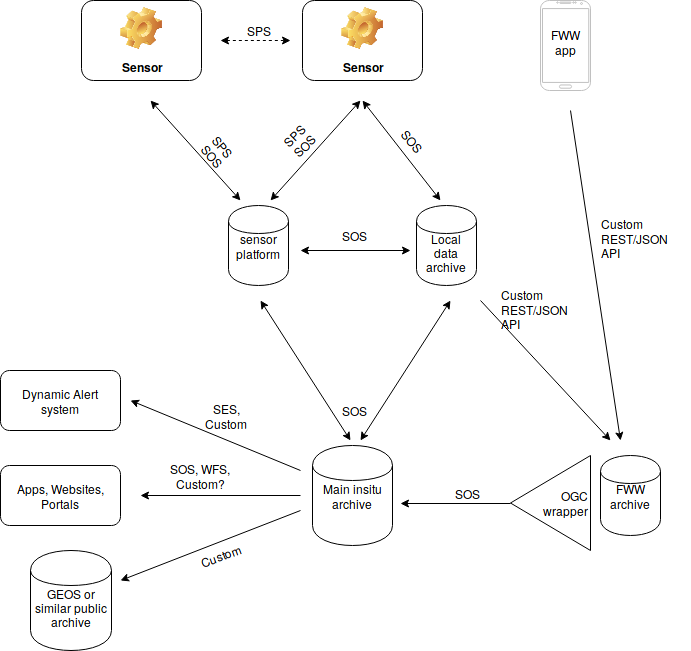
doclements/flow_charts keeps this draw.io diagram as data_flow.png. Above is the earlier version. Source tidied: cells renumbered, new cells last; positions are measured from the earlier drawing's top-left corner, leaving out a move shared by most shapes.
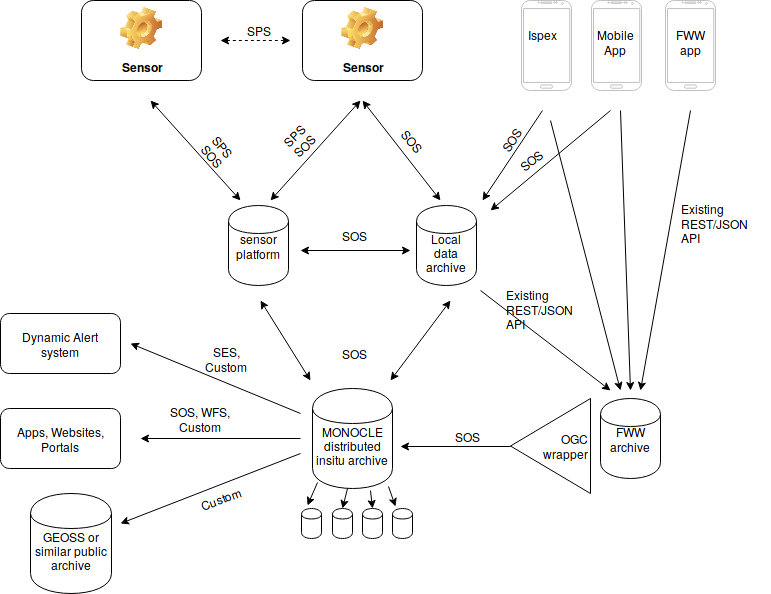
Later version of the same file.

The edit, as a diff of the source:
```diff
@@ -8,12 +8,9 @@
     <mxCell id="3" value="&lt;br&gt;Local data archive" style="shape=cylinder;whiteSpace=wrap;html=1;" parent="1" vertex="1">
       <mxGeometry x="416" y="205" width="60" height="80" as="geometry" />
     </mxCell>
-    <mxCell id="4" value="Main insitu archive" style="shape=cylinder;whiteSpace=wrap;html=1;" parent="1" vertex="1">
-      <mxGeometry x="312" y="445" width="80" height="100" as="geometry" />
+    <mxCell id="4" value="&lt;br&gt;MONOCLE distributed insitu archive" style="shape=cylinder;whiteSpace=wrap;html=1;" parent="1" vertex="1">
+      <mxGeometry x="312" y="388" width="80" height="100" as="geometry" />
     </mxCell>
-    <mxCell id="5" style="verticalLabelPosition=bottom;verticalAlign=top;html=1;shadow=0;dashed=0;strokeWidth=1;shape=mxgraph.android.phone2;fillColor=#ffffff;strokeColor=#c0c0c0;" parent="1" vertex="1">
-      <mxGeometry x="540" width="50" height="90" as="geometry" />
-    </mxCell>
     <mxCell id="6" value="Sensor" style="label;whiteSpace=wrap;html=1;align=center;verticalAlign=bottom;spacingLeft=0;spacingBottom=4;imageAlign=center;imageVerticalAlign=top;image=img/clipart/Gear_128x128.png;" parent="1" vertex="1">
       <mxGeometry x="81" width="120" height="80" as="geometry" />
     </mxCell>
@@ -46,14 +43,14 @@
     </mxCell>
     <mxCell id="12" style="endArrow=classic;startArrow=classic;html=1;" parent="1" edge="1">
       <mxGeometry relative="1" as="geometry">
-        <mxPoint x="350" y="440" as="sourcePoint" />
+        <mxPoint x="310" y="380" as="sourcePoint" />
         <mxPoint x="260" y="300" as="targetPoint" />
       </mxGeometry>
     </mxCell>
     <mxCell id="13" style="endArrow=classic;startArrow=classic;html=1;" parent="1" edge="1">
       <mxGeometry x="254" y="555" as="geometry">
         <mxPoint x="450" y="300" as="sourcePoint" />
-        <mxPoint x="360" y="440" as="targetPoint" />
+        <mxPoint x="390" y="380" as="targetPoint" />
       </mxGeometry>
     </mxCell>
     <mxCell id="14" style="endArrow=classic;startArrow=classic;html=1;" parent="1" edge="1">
@@ -63,53 +60,50 @@
       </mxGeometry>
     </mxCell>
     <mxCell id="15" value="FWW archive" style="shape=cylinder;whiteSpace=wrap;html=1;" parent="1" vertex="1">
-      <mxGeometry x="600" y="455" width="60" height="80" as="geometry" />
+      <mxGeometry x="600" y="398" width="60" height="80" as="geometry" />
     </mxCell>
     <mxCell id="16" style="endArrow=classic;html=1;" parent="1" edge="1">
       <mxGeometry x="474" y="310" as="geometry">
-        <mxPoint x="570" y="110" as="sourcePoint" />
-        <mxPoint x="620" y="440" as="targetPoint" />
+        <mxPoint x="690" y="110" as="sourcePoint" />
+        <mxPoint x="640" y="390" as="targetPoint" />
       </mxGeometry>
     </mxCell>
     <mxCell id="17" value="&lt;div align=&quot;right&quot;&gt;&amp;nbsp;OGC wrapper&lt;/div&gt;" style="triangle;whiteSpace=wrap;html=1;direction=west;" parent="1" vertex="1">
-      <mxGeometry x="510" y="455" width="80" height="95" as="geometry" />
+      <mxGeometry x="510" y="398" width="80" height="95" as="geometry" />
     </mxCell>
     <mxCell id="18" style="endArrow=classic;html=1;exitX=1;exitY=0.5;" parent="1" edge="1" source="17">
-      <mxGeometry x="326" y="560" as="geometry">
-        <mxPoint x="400" y="503" as="targetPoint" />
+      <mxGeometry x="326" y="503" as="geometry">
+        <mxPoint x="400" y="446" as="targetPoint" />
       </mxGeometry>
     </mxCell>
-    <mxCell id="19" value="FWW &lt;br&gt;app" style="text;html=1;align=center;verticalAlign=top;spacingTop=-4;" parent="1" vertex="1">
-      <mxGeometry x="545" y="25" width="40" height="30" as="geometry" />
-    </mxCell>
-    <mxCell id="20" value="&lt;div align=&quot;left&quot;&gt;Custom REST/JSON API&lt;br&gt;&lt;/div&gt;" style="text;html=1;strokeColor=none;fillColor=none;align=center;verticalAlign=middle;whiteSpace=wrap;" parent="1" vertex="1">
-      <mxGeometry x="600" y="205" width="90" height="65" as="geometry" />
+    <mxCell id="20" value="&lt;div align=&quot;left&quot;&gt;Existing REST/JSON API&lt;br&gt;&lt;/div&gt;" style="text;html=1;strokeColor=none;fillColor=none;align=center;verticalAlign=middle;whiteSpace=wrap;" parent="1" vertex="1">
+      <mxGeometry x="680" y="190" width="90" height="65" as="geometry" />
     </mxCell>
-    <mxCell id="21" value="&lt;div align=&quot;left&quot;&gt;Custom REST/JSON API&lt;br&gt;&lt;/div&gt;" style="text;html=1;strokeColor=none;fillColor=none;align=center;verticalAlign=middle;whiteSpace=wrap;" parent="1" vertex="1">
-      <mxGeometry x="500" y="290" width="90" height="37" as="geometry" />
+    <mxCell id="21" value="&lt;div align=&quot;left&quot;&gt;Existing REST/JSON API&lt;br&gt;&lt;/div&gt;" style="text;html=1;strokeColor=none;fillColor=none;align=center;verticalAlign=middle;whiteSpace=wrap;" parent="1" vertex="1">
+      <mxGeometry x="505" y="285" width="85" height="46" as="geometry" />
     </mxCell>
     <mxCell id="22" style="endArrow=classic;html=1;" parent="1" edge="1">
       <mxGeometry x="484" y="320" as="geometry">
-        <mxPoint x="480" y="300" as="sourcePoint" />
-        <mxPoint x="610" y="440" as="targetPoint" />
+        <mxPoint x="480" y="290" as="sourcePoint" />
+        <mxPoint x="610" y="390" as="targetPoint" />
       </mxGeometry>
     </mxCell>
     <mxCell id="23" style="endArrow=classic;html=1;" parent="1" edge="1">
       <mxGeometry relative="1" as="geometry">
-        <mxPoint x="300" y="495" as="sourcePoint" />
-        <mxPoint x="140" y="495" as="targetPoint" />
+        <mxPoint x="300" y="438" as="sourcePoint" />
+        <mxPoint x="140" y="438" as="targetPoint" />
       </mxGeometry>
     </mxCell>
     <mxCell id="24" value="Apps, Websites, Portals" style="rounded=1;whiteSpace=wrap;html=1;" parent="1" vertex="1">
-      <mxGeometry y="465" width="120" height="60" as="geometry" />
+      <mxGeometry y="408" width="120" height="60" as="geometry" />
     </mxCell>
-    <mxCell id="25" value="&lt;br&gt;GEOS or similar public archive" style="shape=cylinder;whiteSpace=wrap;html=1;" parent="1" vertex="1">
-      <mxGeometry x="30" y="550" width="81" height="100" as="geometry" />
+    <mxCell id="25" value="&lt;br&gt;GEOSS or similar public archive" style="shape=cylinder;whiteSpace=wrap;html=1;" parent="1" vertex="1">
+      <mxGeometry x="30" y="493" width="81" height="100" as="geometry" />
     </mxCell>
     <mxCell id="26" style="endArrow=classic;html=1;" parent="1" edge="1">
-      <mxGeometry x="190" y="665" as="geometry">
-        <mxPoint x="300" y="510" as="sourcePoint" />
-        <mxPoint x="120" y="580" as="targetPoint" />
+      <mxGeometry x="190" y="608" as="geometry">
+        <mxPoint x="300" y="453" as="sourcePoint" />
+        <mxPoint x="120" y="523" as="targetPoint" />
       </mxGeometry>
     </mxCell>
     <mxCell id="27" value="SPS" style="text;html=1;strokeColor=none;fillColor=none;align=center;verticalAlign=middle;whiteSpace=wrap;" parent="1" vertex="1">
@@ -128,28 +122,119 @@
       <mxGeometry x="333" y="225" width="40" height="20" as="geometry" />
     </mxCell>
     <mxCell id="32" value="SOS" style="text;html=1;strokeColor=none;fillColor=none;align=center;verticalAlign=middle;whiteSpace=wrap;rotation=0;direction=west;" parent="1" vertex="1">
-      <mxGeometry x="333" y="400" width="40" height="20" as="geometry" />
+      <mxGeometry x="333" y="343" width="40" height="20" as="geometry" />
     </mxCell>
     <mxCell id="33" value="SOS" style="text;html=1;strokeColor=none;fillColor=none;align=center;verticalAlign=middle;whiteSpace=wrap;rotation=0;direction=west;" parent="1" vertex="1">
-      <mxGeometry x="446" y="483" width="40" height="20" as="geometry" />
+      <mxGeometry x="446" y="426" width="40" height="20" as="geometry" />
     </mxCell>
-    <mxCell id="34" value="SOS, WFS, Custom?" style="text;html=1;strokeColor=none;fillColor=none;align=center;verticalAlign=middle;whiteSpace=wrap;rotation=0;direction=west;" parent="1" vertex="1">
-      <mxGeometry x="160" y="453" width="80" height="45" as="geometry" />
+    <mxCell id="34" value="SOS, WFS, Custom" style="text;html=1;strokeColor=none;fillColor=none;align=center;verticalAlign=middle;whiteSpace=wrap;rotation=0;direction=west;" parent="1" vertex="1">
+      <mxGeometry x="160" y="396" width="80" height="45" as="geometry" />
     </mxCell>
     <mxCell id="35" value="Custom" style="text;html=1;strokeColor=none;fillColor=none;align=center;verticalAlign=middle;whiteSpace=wrap;rotation=-20;direction=west;" parent="1" vertex="1">
-      <mxGeometry x="200" y="545" width="40" height="20" as="geometry" />
+      <mxGeometry x="200" y="488" width="40" height="20" as="geometry" />
     </mxCell>
     <mxCell id="36" value="Dynamic Alert system" style="rounded=1;whiteSpace=wrap;html=1;" parent="1" vertex="1">
-      <mxGeometry y="370" width="120" height="60" as="geometry" />
+      <mxGeometry y="313" width="120" height="60" as="geometry" />
     </mxCell>
     <mxCell id="37" style="endArrow=classic;html=1;" parent="1" edge="1">
-      <mxGeometry x="198" y="635" as="geometry">
-        <mxPoint x="300" y="470" as="sourcePoint" />
-        <mxPoint x="130" y="400" as="targetPoint" />
+      <mxGeometry x="198" y="578" as="geometry">
+        <mxPoint x="300" y="413" as="sourcePoint" />
+        <mxPoint x="130" y="343" as="targetPoint" />
       </mxGeometry>
     </mxCell>
     <mxCell id="38" value="SES, Custom" style="text;html=1;strokeColor=none;fillColor=none;align=center;verticalAlign=middle;whiteSpace=wrap;rotation=0;direction=west;" parent="1" vertex="1">
-      <mxGeometry x="200" y="400" width="52" height="30" as="geometry" />
+      <mxGeometry x="200" y="343" width="52" height="30" as="geometry" />
     </mxCell>
+    <mxCell id="39" style="verticalLabelPosition=bottom;verticalAlign=top;html=1;shadow=0;dashed=0;strokeWidth=1;shape=mxgraph.android.phone2;fillColor=#ffffff;strokeColor=#c0c0c0;" parent="1" vertex="1">
+      <mxGeometry x="521" width="50" height="90" as="geometry" />
+    </mxCell>
+    <mxCell id="40" style="verticalLabelPosition=bottom;verticalAlign=top;html=1;shadow=0;dashed=0;strokeWidth=1;shape=mxgraph.android.phone2;fillColor=#ffffff;strokeColor=#c0c0c0;" parent="1" vertex="1">
+      <mxGeometry x="591" width="50" height="90" as="geometry" />
+    </mxCell>
+    <mxCell id="41" value="Ispex" style="text;html=1;align=left;verticalAlign=top;spacingTop=-4;" parent="1" vertex="1">
+      <mxGeometry x="526" y="25" width="40" height="20" as="geometry" />
+    </mxCell>
+    <mxCell id="42" value="Mobile&lt;br&gt;&lt;div align=&quot;center&quot;&gt;App&lt;br&gt;&lt;/div&gt;" style="text;html=1;align=left;verticalAlign=top;spacingTop=-4;" parent="1" vertex="1">
+      <mxGeometry x="595" y="25" width="50" height="30" as="geometry" />
+    </mxCell>
+    <mxCell id="43" style="group;" parent="1" vertex="1">
+      <mxGeometry x="665" width="50" height="90" as="geometry" />
+    </mxCell>
+    <mxCell id="5" style="verticalLabelPosition=bottom;verticalAlign=top;html=1;shadow=0;dashed=0;strokeWidth=1;shape=mxgraph.android.phone2;fillColor=#ffffff;strokeColor=#c0c0c0;" parent="43" vertex="1">
+      <mxGeometry width="50" height="90" as="geometry" />
+    </mxCell>
+    <mxCell id="19" value="FWW &lt;br&gt;app" style="text;html=1;align=center;verticalAlign=top;spacingTop=-4;" parent="43" vertex="1">
+      <mxGeometry x="5" y="25" width="40" height="30" as="geometry" />
+    </mxCell>
+    <mxCell id="44" style="endArrow=classic;html=1;" parent="1" edge="1">
+      <mxGeometry x="484" y="320" as="geometry">
+        <mxPoint x="620" y="110" as="sourcePoint" />
+        <mxPoint x="630" y="390" as="targetPoint" />
+      </mxGeometry>
+    </mxCell>
+    <mxCell id="45" style="endArrow=classic;html=1;" parent="1" edge="1">
+      <mxGeometry x="494" y="330" as="geometry">
+        <mxPoint x="550" y="120" as="sourcePoint" />
+        <mxPoint x="620" y="390" as="targetPoint" />
+      </mxGeometry>
+    </mxCell>
+    <mxCell id="46" style="endArrow=classic;html=1;" parent="1" edge="1">
+      <mxGeometry x="482" y="300" as="geometry">
+        <mxPoint x="542" y="110" as="sourcePoint" />
+        <mxPoint x="482" y="200" as="targetPoint" />
+      </mxGeometry>
+    </mxCell>
+    <mxCell id="47" style="endArrow=classic;html=1;" parent="1" edge="1">
+      <mxGeometry x="490" y="310" as="geometry">
+        <mxPoint x="610" y="110" as="sourcePoint" />
+        <mxPoint x="490" y="210" as="targetPoint" />
+      </mxGeometry>
+    </mxCell>
+    <mxCell id="48" value="SOS" style="text;html=1;strokeColor=none;fillColor=none;align=center;verticalAlign=middle;whiteSpace=wrap;rotation=-40;" parent="1" vertex="1">
+      <mxGeometry x="510" y="150" width="40" height="20" as="geometry" />
+    </mxCell>
+    <mxCell id="49" value="SOS" style="text;html=1;strokeColor=none;fillColor=none;align=center;verticalAlign=middle;whiteSpace=wrap;rotation=-55;" parent="1" vertex="1">
+      <mxGeometry x="490" y="130" width="40" height="20" as="geometry" />
+    </mxCell>
+    <mxCell id="50" style="shape=cylinder;whiteSpace=wrap;html=1;" parent="1" vertex="1">
+      <mxGeometry x="301" y="508" width="20" height="30" as="geometry" />
+    </mxCell>
+    <mxCell id="51" style="shape=cylinder;whiteSpace=wrap;html=1;" parent="1" vertex="1">
+      <mxGeometry x="332" y="508" width="20" height="30" as="geometry" />
+    </mxCell>
+    <mxCell id="52" style="shape=cylinder;whiteSpace=wrap;html=1;" parent="1" vertex="1">
+      <mxGeometry x="362" y="508" width="20" height="30" as="geometry" />
+    </mxCell>
+    <mxCell id="53" style="shape=cylinder;whiteSpace=wrap;html=1;" parent="1" vertex="1">
+      <mxGeometry x="392" y="508" width="20" height="30" as="geometry" />
+    </mxCell>
+    <mxCell id="54" style="endArrow=classic;html=1;" parent="1" edge="1">
+      <mxGeometry relative="1" as="geometry">
+        <mxPoint x="317" y="482" as="sourcePoint" />
+        <mxPoint x="307" y="505" as="targetPoint" />
+      </mxGeometry>
+    </mxCell>
+    <mxCell id="55" style="endArrow=classic;html=1;entryX=0.25;entryY=0.067;entryPerimeter=0;" parent="1" edge="1">
+      <mxGeometry x="435" y="634" as="geometry">
+        <mxPoint x="388" y="486" as="sourcePoint" />
+        <mxPoint x="395" y="506" as="targetPoint" />
+        <Array as="points">
+          <mxPoint x="388" y="486" />
+        </Array>
+      </mxGeometry>
+    </mxCell>
+    <mxCell id="56" style="endArrow=classic;html=1;entryX=0.5;entryY=0;" parent="1" edge="1" target="51">
+      <mxGeometry x="377" y="648" as="geometry">
+        <mxPoint x="347" y="488" as="sourcePoint" />
+      </mxGeometry>
+    </mxCell>
+    <mxCell id="57" style="edgeStyle=orthogonalEdgeStyle;rounded=0;html=1;exitX=0.5;exitY=0;entryX=0.5;entryY=0;jettySize=auto;orthogonalLoop=1;" parent="1" edge="1" source="51" target="51">
+      <mxGeometry relative="1" as="geometry" />
+    </mxCell>
+    <mxCell id="58" style="endArrow=classic;html=1;entryX=0.5;entryY=0;" parent="1" edge="1" target="52">
+      <mxGeometry x="377" y="672" as="geometry">
+        <mxPoint x="370" y="490" as="sourcePoint" />
+      </mxGeometry>
+    </mxCell>
   </root>
 </mxGraphModel>
```
